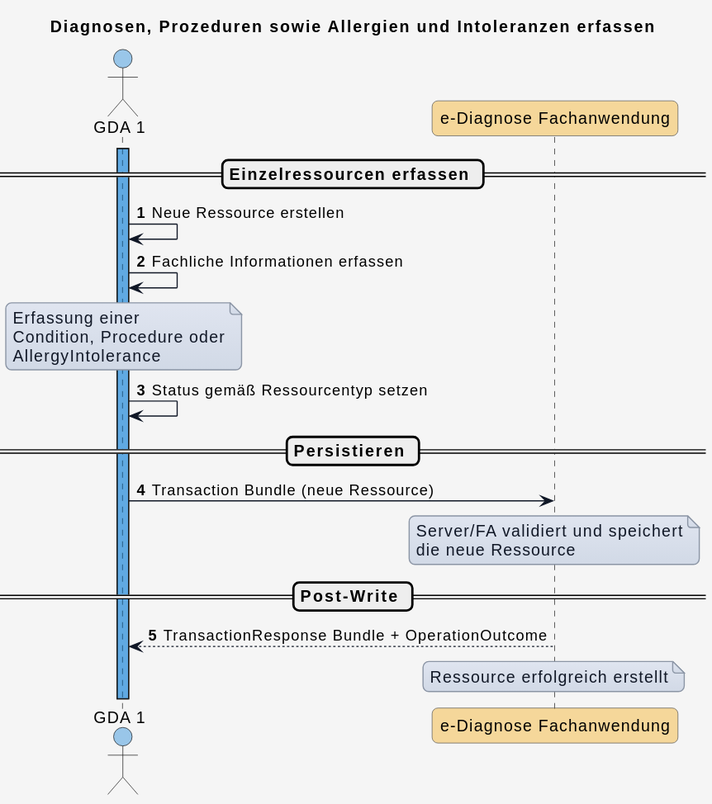
Before: input/images/plantuml/diagram_uc_06_10.svg, a diagram exported from PlantUML (HL7Austria/ELGA-e-Diagnose-R4).
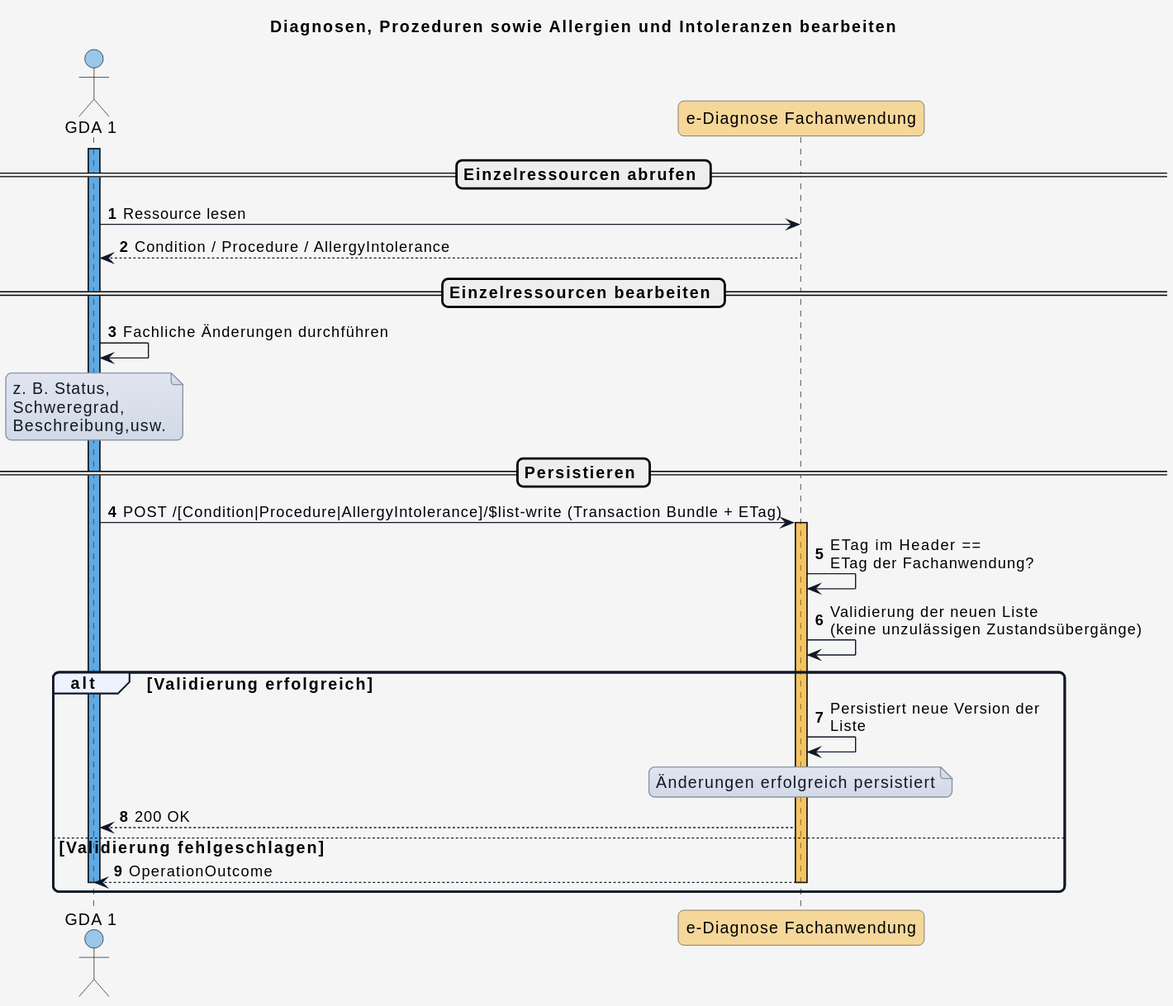
After the commit.

Commit message:
update diagram suc 09to10

Change to the diagram source:
```diff
@@ -1,5 +1,5 @@
 @startuml
-title Diagnosen, Prozeduren sowie Allergien und Intoleranzen erfassen
+title Diagnosen, Prozeduren sowie Allergien und Intoleranzen bearbeiten
 
 skinparam borderColor #000000
 skinparam backgroundColor #f5f5f5
@@ -54,33 +54,43 @@
 autonumber
 activate GDA_1 COLOR_GDA_1
 
-==  Einzelressourcen erfassen ==
+== Einzelressourcen abrufen ==
 
-GDA_1 -> GDA_1 : Neue Ressource erstellen
-GDA_1 -> GDA_1 : Fachliche Informationen erfassen
+GDA_1 -> eDiag_FA : Ressource lesen
+
+eDiag_FA --> GDA_1 : Condition / Procedure / AllergyIntolerance
+
+== Einzelressourcen bearbeiten ==
+
+GDA_1 -> GDA_1 : Fachliche Änderungen durchführen
 
 note over GDA_1
-Erfassung einer
-Condition, Procedure oder
-AllergyIntolerance
+z. B. Status,
+Schweregrad,
+Beschreibung,usw.
 end note
-
-GDA_1 -> GDA_1 : Status gemäß Ressourcentyp setzen
 
 == Persistieren ==
 
-GDA_1 -> eDiag_FA : Transaction Bundle (neue Ressource)
+GDA_1 -> eDiag_FA: POST /[Condition|Procedure|AllergyIntolerance]/$list-write (Transaction Bundle + ETag)
 
-note over eDiag_FA
-Server/FA validiert und speichert
-die neue Ressource
-end note
+activate eDiag_FA COLOR_DIAG_FA
+eDiag_FA -> eDiag_FA: ETag im Header ==\nETag der Fachanwendung?
+eDiag_FA -> eDiag_FA: Validierung der neuen Liste\n(keine unzulässigen Zustandsübergänge)
 
-== Post-Write ==
+alt Validierung erfolgreich
+  eDiag_FA -> eDiag_FA: Persistiert neue Version der\nListe
 
-eDiag_FA --> GDA_1 : TransactionResponse Bundle + OperationOutcome
+  note over eDiag_FA
+  Änderungen erfolgreich persistiert
+  end note
 
-note over eDiag_FA
-Ressource erfolgreich erstellt
-end note
+  eDiag_FA --> GDA_1: 200 OK
+
+else Validierung fehlgeschlagen
+
+  eDiag_FA --> GDA_1: OperationOutcome
+  deactivate GDA_1
+  deactivate eDiag_FA
+end
 @enduml
```
